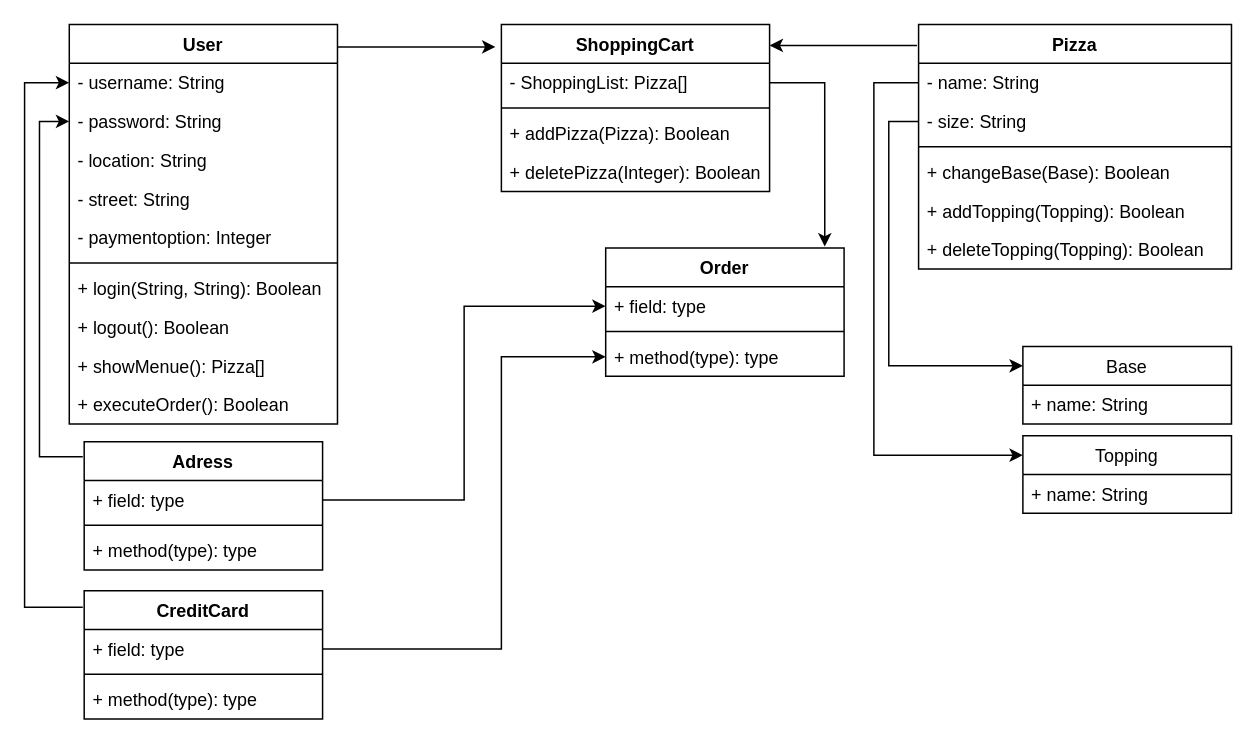
The draw.io diagram Task 1/pizza_class_diagramm.drawio in BlackFox1197/sdi, before the edit. Source tidied: cells renumbered, new cells numbered last; positions are measured from the earlier drawing's top-left corner, leaving out a move shared by most shapes. Both pictures are drawn from the tidied source at 149%, with x=0, y=0 at pixel (24, 24).
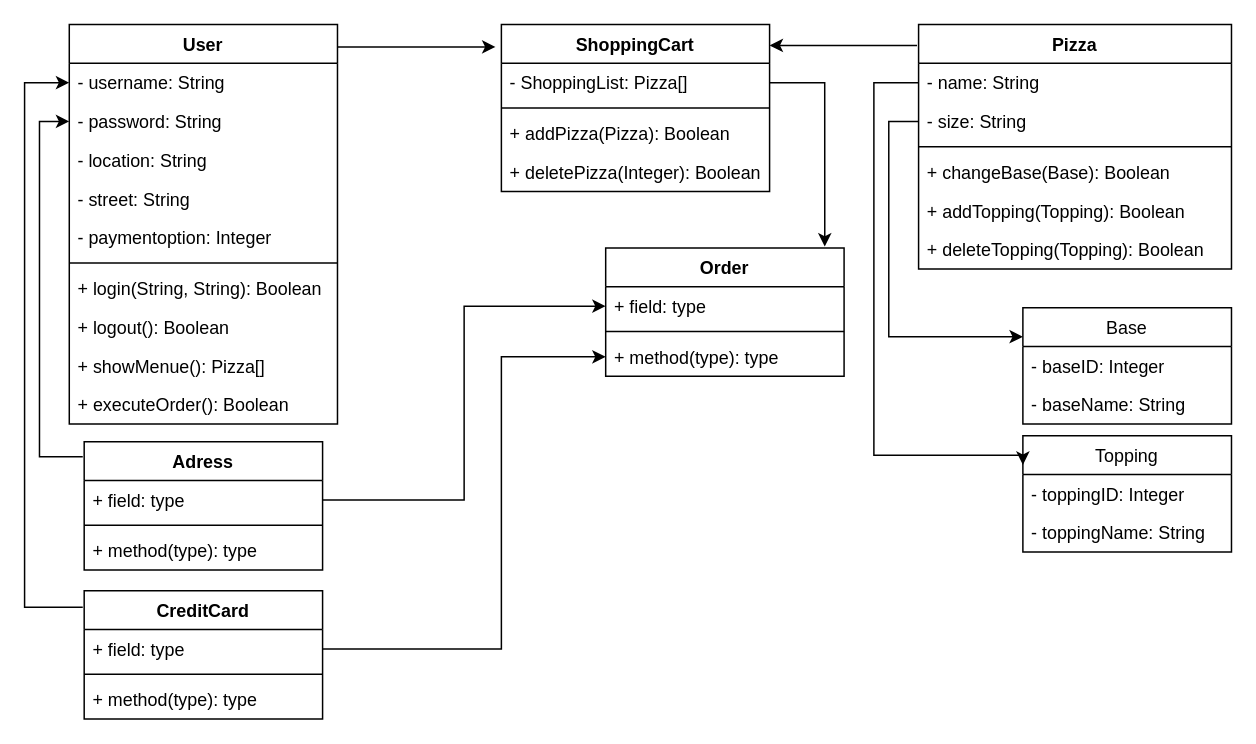
The same page after the edit.

Commit message:
Safing before Shutdown

What changed in the source:
```diff
@@
     <mxCell id="25" value="Base" style="swimlane;fontStyle=0;horizontal=1;startSize=26;fillColor=none;" parent="1" vertex="1">
-      <mxGeometry x="670" y="216" width="140" height="52" as="geometry" />
+      <mxGeometry x="670" y="190" width="140" height="78" as="geometry" />
     </mxCell>
+    <mxCell id="50" value="- baseID: Integer" style="text;strokeColor=none;fillColor=none;align=left;verticalAlign=top;spacingLeft=4;spacingRight=4;overflow=hidden;" parent="25" vertex="1">
+      <mxGeometry y="26" width="140" height="26" as="geometry" />
+    </mxCell>
-    <mxCell id="26" value="+ name: String" style="text;strokeColor=none;fillColor=none;align=left;verticalAlign=top;spacingLeft=4;spacingRight=4;overflow=hidden;" parent="25" vertex="1">
-      <mxGeometry y="26" width="140" height="26" as="geometry" />
+    <mxCell id="26" value="- baseName: String" style="text;strokeColor=none;fillColor=none;align=left;verticalAlign=top;spacingLeft=4;spacingRight=4;overflow=hidden;" parent="25" vertex="1">
+      <mxGeometry y="52" width="140" height="26" as="geometry" />
     </mxCell>
     <mxCell id="27" value="Topping" style="swimlane;fontStyle=0;horizontal=1;startSize=26;fillColor=none;" parent="1" vertex="1">
-      <mxGeometry x="670" y="276" width="140" height="52" as="geometry" />
+      <mxGeometry x="670" y="276" width="140" height="78" as="geometry" />
     </mxCell>
+    <mxCell id="51" value="- toppingID: Integer" style="text;strokeColor=none;fillColor=none;align=left;verticalAlign=top;spacingLeft=4;spacingRight=4;overflow=hidden;" parent="27" vertex="1">
+      <mxGeometry y="26" width="140" height="26" as="geometry" />
+    </mxCell>
-    <mxCell id="28" value="+ name: String" style="text;strokeColor=none;fillColor=none;align=left;verticalAlign=top;spacingLeft=4;spacingRight=4;overflow=hidden;" parent="27" vertex="1">
-      <mxGeometry y="26" width="140" height="26" as="geometry" />
+    <mxCell id="28" value="- toppingName: String" style="text;strokeColor=none;fillColor=none;align=left;verticalAlign=top;spacingLeft=4;spacingRight=4;overflow=hidden;" parent="27" vertex="1">
+      <mxGeometry y="52" width="140" height="26" as="geometry" />
     </mxCell>
```
